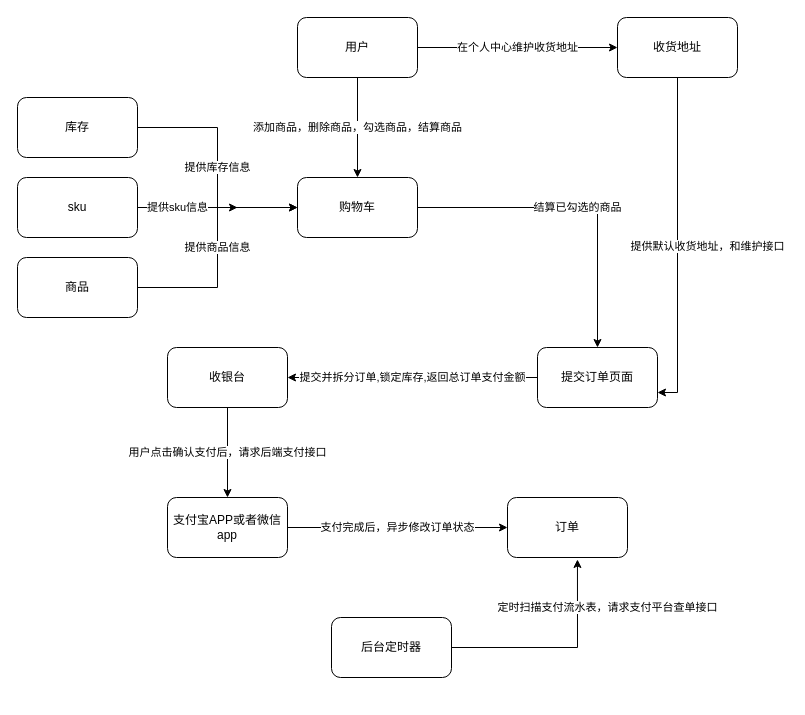
1363797161/fang keeps this draw.io diagram as 购物车业务.drawio. Above is the earlier version. Source tidied: cells renumbered, new cells numbered last; positions are measured from the earlier drawing's top-left corner, leaving out a move shared by most shapes. Both pictures are drawn from the tidied source at 100%, with x=0, y=0 at pixel (17, 17).
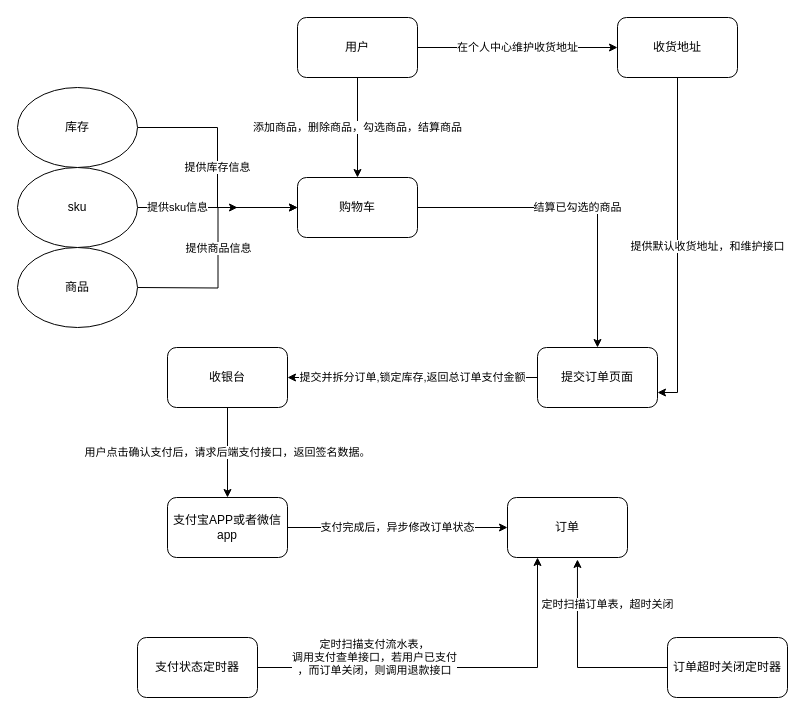
Above is the later version.

Commit message (it also covers changes not shown here):
更新购物车业务.drawio

Unchanged cells that the change refers to:
```xml
<mxCell id="8" value="购物车" style="rounded=1;whiteSpace=wrap;html=1;" parent="1" vertex="1">
  <mxGeometry x="280" y="160" width="120" height="60" as="geometry" />
</mxCell>
<mxCell id="18" value="收银台" style="rounded=1;whiteSpace=wrap;html=1;" parent="1" vertex="1">
  <mxGeometry x="150" y="330" width="120" height="60" as="geometry" />
</mxCell>
<mxCell id="20" value="支付宝APP或者微信app" style="rounded=1;whiteSpace=wrap;html=1;" parent="1" vertex="1">
  <mxGeometry x="150" y="480" width="120" height="60" as="geometry" />
</mxCell>
<mxCell id="21" value="订单" style="rounded=1;whiteSpace=wrap;html=1;" parent="1" vertex="1">
  <mxGeometry x="490" y="480" width="120" height="60" as="geometry" />
</mxCell>
```

Change to the diagram source:
```diff
@@
-    <mxCell id="5" value="提供商品信息" style="edgeStyle=orthogonalEdgeStyle;rounded=0;jettySize=auto;html=1;entryX=0;entryY=0.5;entryDx=0;entryDy=0;" parent="1" edge="1" source="6" target="8">
-      <mxGeometry relative="1" as="geometry" />
+    <mxCell id="5" value="提供商品信息" style="edgeStyle=orthogonalEdgeStyle;rounded=0;jettySize=auto;html=1;entryX=0;entryY=0.5;entryDx=0;entryDy=0;" parent="1" edge="1" target="8">
+      <mxGeometry relative="1" as="geometry">
+        <mxPoint x="120" y="270" as="sourcePoint" />
+      </mxGeometry>
     </mxCell>
-    <mxCell id="6" value="商品" style="rounded=1;whiteSpace=wrap;html=1;" parent="1" vertex="1">
-      <mxGeometry y="240" width="120" height="60" as="geometry" />
-    </mxCell>
@@
-    <mxCell id="13" value="提供库存信息" style="edgeStyle=orthogonalEdgeStyle;rounded=0;jettySize=auto;html=1;entryX=0;entryY=0.5;entryDx=0;entryDy=0;" parent="1" edge="1" source="14" target="8">
+    <mxCell id="13" value="提供库存信息" style="edgeStyle=orthogonalEdgeStyle;rounded=0;jettySize=auto;html=1;entryX=0;entryY=0.5;entryDx=0;entryDy=0;" parent="1" edge="1" target="8">
       <mxGeometry relative="1" as="geometry">
+        <mxPoint x="120" y="110" as="sourcePoint" />
         <Array as="points">
           <mxPoint x="200" y="110" />
           <mxPoint x="200" y="190" />
         </Array>
       </mxGeometry>
     </mxCell>
-    <mxCell id="14" value="库存" style="rounded=1;whiteSpace=wrap;html=1;" parent="1" vertex="1">
-      <mxGeometry y="80" width="120" height="60" as="geometry" />
-    </mxCell>
-    <mxCell id="15" value="提供sku信息" style="edgeStyle=orthogonalEdgeStyle;rounded=0;jettySize=auto;html=1;exitX=1;exitY=0.5;exitDx=0;exitDy=0;" parent="1" edge="1" source="16">
+    <mxCell id="15" value="提供sku信息" style="edgeStyle=orthogonalEdgeStyle;rounded=0;orthogonalLoop=1;jettySize=auto;html=1;exitX=1;exitY=0.5;exitDx=0;exitDy=0;" parent="1" edge="1">
       <mxGeometry x="-0.2" relative="1" as="geometry">
+        <mxPoint x="120" y="190" as="sourcePoint" />
         <mxPoint x="220" y="190" as="targetPoint" />
       </mxGeometry>
     </mxCell>
-    <mxCell id="16" value="sku" style="rounded=1;whiteSpace=wrap;html=1;" parent="1" vertex="1">
-      <mxGeometry y="160" width="120" height="60" as="geometry" />
-    </mxCell>
-    <mxCell id="17" value="用户点击确认支付后，请求后端支付接口" style="edgeStyle=orthogonalEdgeStyle;rounded=0;jettySize=auto;html=1;entryX=0.5;entryY=0;entryDx=0;entryDy=0;" parent="1" edge="1" source="18" target="20">
+    <mxCell id="17" value="用户点击确认支付后，请求后端支付接口，返回签名数据。" style="edgeStyle=orthogonalEdgeStyle;rounded=0;jettySize=auto;html=1;entryX=0.5;entryY=0;entryDx=0;entryDy=0;" parent="1" edge="1" source="18" target="20">
       <mxGeometry relative="1" as="geometry" />
     </mxCell>
@@
-    <mxCell id="22" value="定时扫描支付流水表，请求支付平台查单接口" style="edgeStyle=orthogonalEdgeStyle;rounded=0;jettySize=auto;html=1;entryX=0.583;entryY=1.033;entryDx=0;entryDy=0;entryPerimeter=0;" parent="1" edge="1" source="23" target="21">
+    <mxCell id="22" value="定时扫描订单表，超时关闭" style="edgeStyle=orthogonalEdgeStyle;rounded=0;jettySize=auto;html=1;entryX=0.583;entryY=1.033;entryDx=0;entryDy=0;entryPerimeter=0;" parent="1" edge="1" source="23" target="21">
       <mxGeometry x="0.55" y="-30" relative="1" as="geometry" />
     </mxCell>
-    <mxCell id="23" value="后台定时器" style="rounded=1;whiteSpace=wrap;html=1;" parent="1" vertex="1">
-      <mxGeometry x="314" y="600" width="120" height="60" as="geometry" />
+    <mxCell id="23" value="订单超时关闭定时器" style="rounded=1;whiteSpace=wrap;html=1;" parent="1" vertex="1">
+      <mxGeometry x="650" y="620" width="120" height="60" as="geometry" />
     </mxCell>
+    <mxCell id="24" value="&lt;div&gt;定时扫描支付流水表，&lt;/div&gt;&lt;div&gt;调用支付查单接口，若用户已支付&lt;br&gt;&lt;/div&gt;，而订单关闭，则调用退款接口" style="edgeStyle=orthogonalEdgeStyle;rounded=0;jettySize=auto;html=1;exitX=1;exitY=0.5;exitDx=0;exitDy=0;entryX=0.25;entryY=1;entryDx=0;entryDy=0;" parent="1" edge="1" source="25" target="21">
+      <mxGeometry x="-0.4" y="10" relative="1" as="geometry" />
+    </mxCell>
+    <mxCell id="25" value="支付状态定时器" style="rounded=1;whiteSpace=wrap;html=1;" parent="1" vertex="1">
+      <mxGeometry x="120" y="620" width="120" height="60" as="geometry" />
+    </mxCell>
+    <mxCell id="14" value="库存" style="ellipse;whiteSpace=wrap;html=1;" parent="1" vertex="1">
+      <mxGeometry y="70" width="120" height="80" as="geometry" />
+    </mxCell>
+    <mxCell id="16" value="sku" style="ellipse;whiteSpace=wrap;html=1;" parent="1" vertex="1">
+      <mxGeometry y="150" width="120" height="80" as="geometry" />
+    </mxCell>
+    <mxCell id="6" value="商品" style="ellipse;whiteSpace=wrap;html=1;" parent="1" vertex="1">
+      <mxGeometry y="230" width="120" height="80" as="geometry" />
+    </mxCell>
```
